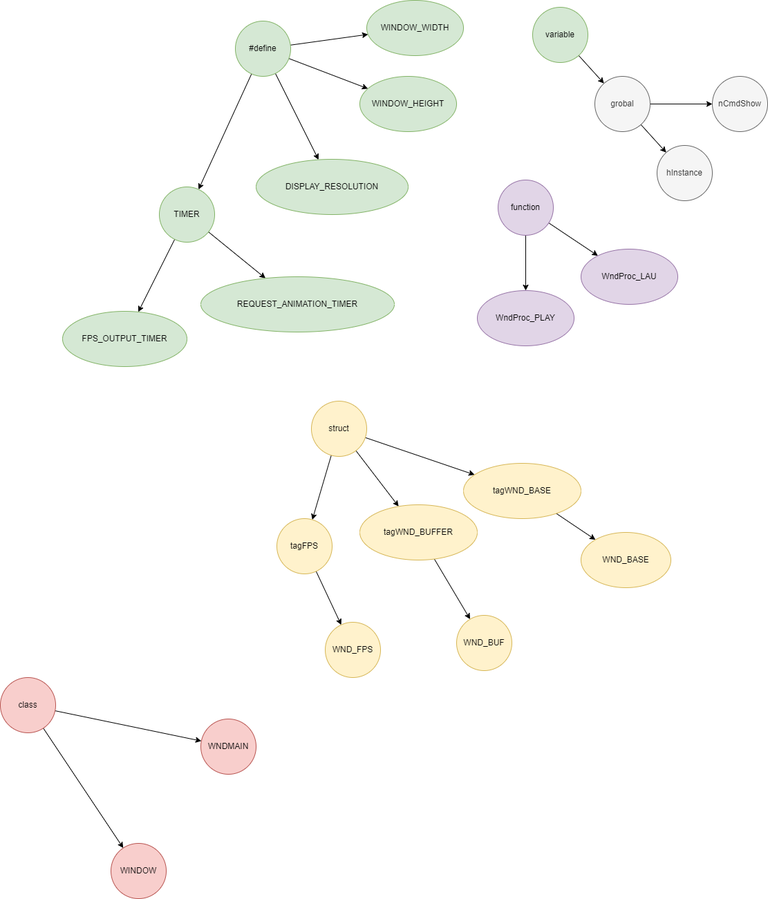
Before: drawio/files/window/h.drawio.png, a diagram exported from draw.io (Tanso-mct/GLPA). Source tidied: cells renumbered, new cells last; positions are measured from the earlier drawing's top-left corner, leaving out a move shared by most shapes.
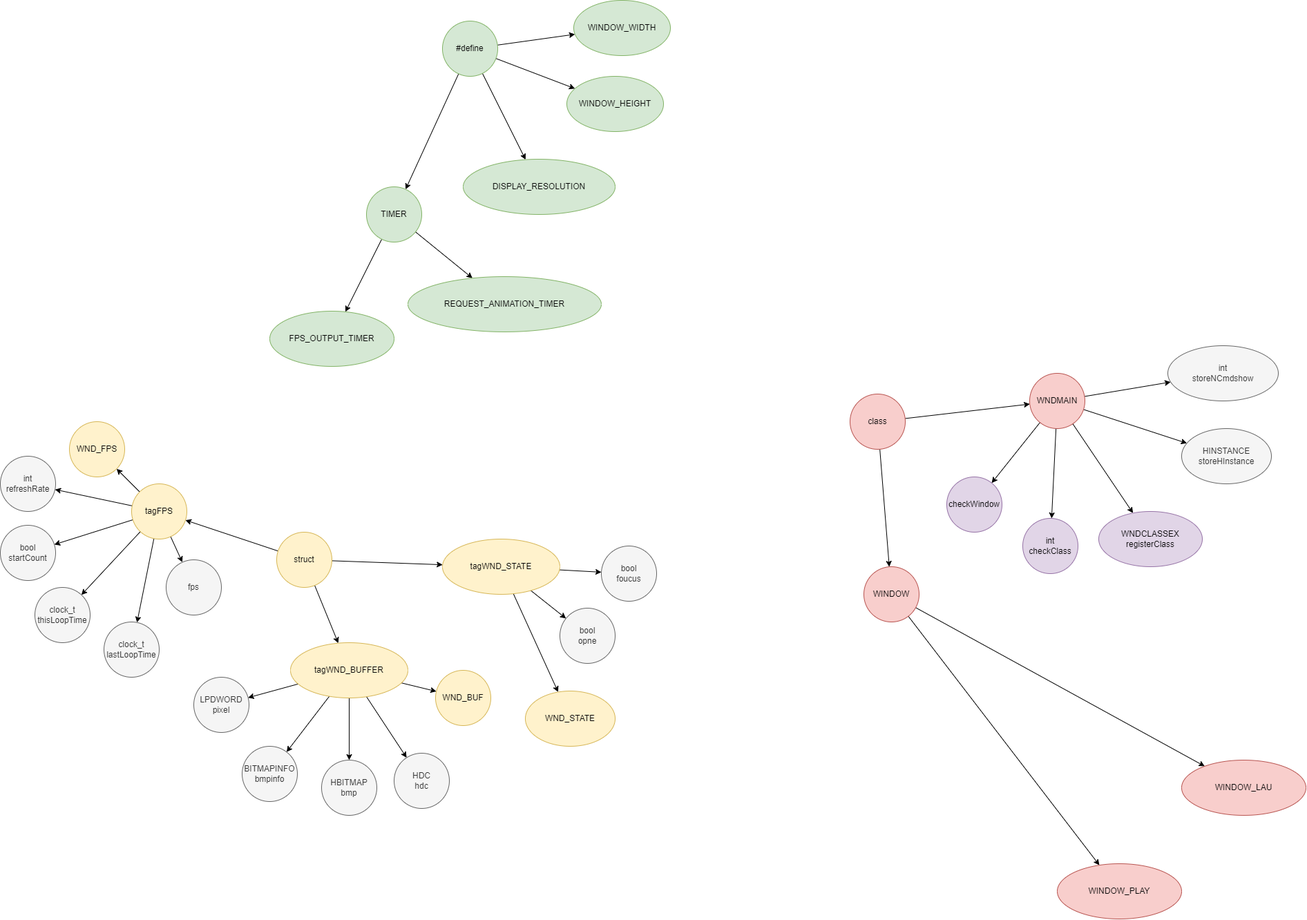
The same file after the commit.

Change to the diagram source:
```diff
@@ -51,44 +51,8 @@
       <mxGeometry relative="1" as="geometry" />
     </mxCell>
     <mxCell id="18" value="struct" style="ellipse;whiteSpace=wrap;html=1;fillColor=#fff2cc;strokeColor=#d6b656;" parent="1" vertex="1">
-      <mxGeometry x="450" y="580" width="80" height="80" as="geometry" />
+      <mxGeometry x="100" y="770" width="80" height="80" as="geometry" />
     </mxCell>
-    <mxCell id="19" style="edgeStyle=none;html=1;" parent="1" edge="1" source="20" target="23">
-      <mxGeometry relative="1" as="geometry" />
-    </mxCell>
-    <mxCell id="20" value="variable" style="ellipse;whiteSpace=wrap;html=1;fillColor=#d5e8d4;strokeColor=#82b366;" parent="1" vertex="1">
-      <mxGeometry x="770" y="10" width="80" height="80" as="geometry" />
-    </mxCell>
-    <mxCell id="21" style="edgeStyle=none;html=1;" parent="1" edge="1" source="23" target="24">
-      <mxGeometry relative="1" as="geometry" />
-    </mxCell>
-    <mxCell id="22" style="edgeStyle=none;html=1;" parent="1" edge="1" source="23" target="25">
-      <mxGeometry relative="1" as="geometry" />
-    </mxCell>
-    <mxCell id="23" value="grobal" style="ellipse;whiteSpace=wrap;html=1;fillColor=#f5f5f5;fontColor=#333333;strokeColor=#666666;" parent="1" vertex="1">
-      <mxGeometry x="860" y="110" width="80" height="80" as="geometry" />
-    </mxCell>
-    <mxCell id="24" value="nCmdShow" style="ellipse;whiteSpace=wrap;html=1;fillColor=#f5f5f5;fontColor=#333333;strokeColor=#666666;" parent="1" vertex="1">
-      <mxGeometry x="1030" y="110" width="80" height="80" as="geometry" />
-    </mxCell>
-    <mxCell id="25" value="hInstance" style="ellipse;whiteSpace=wrap;html=1;fillColor=#f5f5f5;fontColor=#333333;strokeColor=#666666;" parent="1" vertex="1">
-      <mxGeometry x="950" y="210" width="80" height="80" as="geometry" />
-    </mxCell>
-    <mxCell id="26" style="edgeStyle=none;html=1;fontFamily=Helvetica;fontSize=12;fontColor=#333333;" parent="1" edge="1" source="28" target="29">
-      <mxGeometry relative="1" as="geometry" />
-    </mxCell>
-    <mxCell id="27" style="edgeStyle=none;html=1;fontFamily=Helvetica;fontSize=12;fontColor=#333333;" parent="1" edge="1" source="28" target="30">
-      <mxGeometry relative="1" as="geometry" />
-    </mxCell>
-    <mxCell id="28" value="function" style="ellipse;whiteSpace=wrap;html=1;fillColor=#e1d5e7;strokeColor=#9673a6;" parent="1" vertex="1">
-      <mxGeometry x="720" y="260" width="80" height="80" as="geometry" />
-    </mxCell>
-    <mxCell id="29" value="WndProc_LAU" style="ellipse;whiteSpace=wrap;html=1;strokeColor=#9673a6;fontFamily=Helvetica;fontSize=12;fillColor=#e1d5e7;" parent="1" vertex="1">
-      <mxGeometry x="840" y="360" width="140" height="80" as="geometry" />
-    </mxCell>
-    <mxCell id="30" value="WndProc_PLAY" style="ellipse;whiteSpace=wrap;html=1;strokeColor=#9673a6;fontFamily=Helvetica;fontSize=12;fillColor=#e1d5e7;" parent="1" vertex="1">
-      <mxGeometry x="690" y="420" width="140" height="80" as="geometry" />
-    </mxCell>
     <mxCell id="31" style="edgeStyle=none;html=1;fontFamily=Helvetica;fontSize=12;fontColor=#333333;" parent="1" edge="1" source="33" target="34">
       <mxGeometry relative="1" as="geometry" />
     </mxCell>
@@ -96,40 +60,148 @@
       <mxGeometry relative="1" as="geometry" />
     </mxCell>
     <mxCell id="33" value="class" style="ellipse;whiteSpace=wrap;html=1;fillColor=#f8cecc;strokeColor=#b85450;" parent="1" vertex="1">
-      <mxGeometry y="980" width="80" height="80" as="geometry" />
+      <mxGeometry x="930" y="570" width="80" height="80" as="geometry" />
     </mxCell>
+    <mxCell id="45" style="edgeStyle=none;html=1;" parent="1" edge="1" source="34" target="63">
+      <mxGeometry relative="1" as="geometry" />
+    </mxCell>
+    <mxCell id="46" style="edgeStyle=none;html=1;" parent="1" edge="1" source="34" target="64">
+      <mxGeometry relative="1" as="geometry" />
+    </mxCell>
     <mxCell id="34" value="WINDOW" style="ellipse;whiteSpace=wrap;html=1;fillColor=#f8cecc;strokeColor=#b85450;" parent="1" vertex="1">
-      <mxGeometry x="160" y="1220" width="80" height="80" as="geometry" />
+      <mxGeometry x="950" y="820" width="80" height="80" as="geometry" />
     </mxCell>
     <mxCell id="35" style="edgeStyle=none;html=1;fontFamily=Helvetica;fontSize=12;fontColor=#333333;" parent="1" edge="1" source="36" target="41">
       <mxGeometry relative="1" as="geometry" />
     </mxCell>
+    <mxCell id="47" style="edgeStyle=none;html=1;fontFamily=Helvetica;fontSize=12;fontColor=#333333;" parent="1" edge="1" source="36" target="65">
+      <mxGeometry relative="1" as="geometry" />
+    </mxCell>
+    <mxCell id="48" style="edgeStyle=none;html=1;fontFamily=Helvetica;fontSize=12;fontColor=#333333;" parent="1" edge="1" source="36" target="66">
+      <mxGeometry relative="1" as="geometry" />
+    </mxCell>
-    <mxCell id="36" value="tagWND_BASE" style="ellipse;whiteSpace=wrap;html=1;strokeColor=#d6b656;fontFamily=Helvetica;fontSize=12;fillColor=#fff2cc;" parent="1" vertex="1">
-      <mxGeometry x="670" y="670" width="170" height="80" as="geometry" />
+    <mxCell id="36" value="tagWND_STATE" style="ellipse;whiteSpace=wrap;html=1;strokeColor=#d6b656;fontFamily=Helvetica;fontSize=12;fillColor=#fff2cc;" parent="1" vertex="1">
+      <mxGeometry x="340" y="780" width="170" height="80" as="geometry" />
     </mxCell>
     <mxCell id="37" style="edgeStyle=none;html=1;fontFamily=Helvetica;fontSize=12;fontColor=#333333;" parent="1" edge="1" source="38" target="42">
       <mxGeometry relative="1" as="geometry" />
     </mxCell>
+    <mxCell id="49" style="edgeStyle=none;html=1;fontFamily=Helvetica;fontSize=12;fontColor=#333333;" parent="1" edge="1" source="38" target="67">
+      <mxGeometry relative="1" as="geometry" />
+    </mxCell>
+    <mxCell id="50" style="edgeStyle=none;html=1;fontFamily=Helvetica;fontSize=12;fontColor=#333333;" parent="1" edge="1" source="38" target="68">
+      <mxGeometry relative="1" as="geometry" />
+    </mxCell>
+    <mxCell id="51" style="edgeStyle=none;html=1;fontFamily=Helvetica;fontSize=12;fontColor=#333333;" parent="1" edge="1" source="38" target="69">
+      <mxGeometry relative="1" as="geometry" />
+    </mxCell>
+    <mxCell id="52" style="edgeStyle=none;html=1;fontFamily=Helvetica;fontSize=12;fontColor=#333333;" parent="1" edge="1" source="38" target="70">
+      <mxGeometry relative="1" as="geometry" />
+    </mxCell>
     <mxCell id="38" value="tagWND_BUFFER" style="ellipse;whiteSpace=wrap;html=1;strokeColor=#d6b656;fontFamily=Helvetica;fontSize=12;fillColor=#fff2cc;" parent="1" vertex="1">
-      <mxGeometry x="520" y="730" width="170" height="80" as="geometry" />
+      <mxGeometry x="120" y="930" width="170" height="80" as="geometry" />
     </mxCell>
     <mxCell id="39" style="edgeStyle=none;html=1;fontFamily=Helvetica;fontSize=12;fontColor=#333333;" parent="1" edge="1" source="40" target="43">
       <mxGeometry relative="1" as="geometry" />
     </mxCell>
+    <mxCell id="53" style="edgeStyle=none;html=1;fontFamily=Helvetica;fontSize=12;fontColor=#333333;" parent="1" edge="1" source="40" target="71">
+      <mxGeometry relative="1" as="geometry" />
+    </mxCell>
+    <mxCell id="54" style="edgeStyle=none;html=1;fontFamily=Helvetica;fontSize=12;fontColor=#333333;" parent="1" edge="1" source="40" target="72">
+      <mxGeometry relative="1" as="geometry" />
+    </mxCell>
+    <mxCell id="55" style="edgeStyle=none;html=1;fontFamily=Helvetica;fontSize=12;fontColor=#333333;" parent="1" edge="1" source="40" target="73">
+      <mxGeometry relative="1" as="geometry" />
+    </mxCell>
+    <mxCell id="56" style="edgeStyle=none;html=1;fontFamily=Helvetica;fontSize=12;fontColor=#333333;" parent="1" edge="1" source="40" target="74">
+      <mxGeometry relative="1" as="geometry" />
+    </mxCell>
+    <mxCell id="57" style="edgeStyle=none;html=1;fontFamily=Helvetica;fontSize=12;fontColor=#333333;" parent="1" edge="1" source="40" target="75">
+      <mxGeometry relative="1" as="geometry" />
+    </mxCell>
     <mxCell id="40" value="tagFPS" style="ellipse;whiteSpace=wrap;html=1;strokeColor=#d6b656;fontFamily=Helvetica;fontSize=12;fillColor=#fff2cc;" parent="1" vertex="1">
-      <mxGeometry x="400" y="750" width="80" height="80" as="geometry" />
+      <mxGeometry x="-110" y="700" width="80" height="80" as="geometry" />
     </mxCell>
-    <mxCell id="41" value="WND_BASE" style="ellipse;whiteSpace=wrap;html=1;strokeColor=#d6b656;fontFamily=Helvetica;fontSize=12;fillColor=#fff2cc;" parent="1" vertex="1">
-      <mxGeometry x="840" y="770" width="130" height="80" as="geometry" />
+    <mxCell id="41" value="WND_STATE" style="ellipse;whiteSpace=wrap;html=1;strokeColor=#d6b656;fontFamily=Helvetica;fontSize=12;fillColor=#fff2cc;" parent="1" vertex="1">
+      <mxGeometry x="460" y="1000" width="130" height="80" as="geometry" />
     </mxCell>
     <mxCell id="42" value="WND_BUF" style="ellipse;whiteSpace=wrap;html=1;strokeColor=#d6b656;fontFamily=Helvetica;fontSize=12;fillColor=#fff2cc;" parent="1" vertex="1">
-      <mxGeometry x="660" y="890" width="80" height="80" as="geometry" />
+      <mxGeometry x="330" y="970" width="80" height="80" as="geometry" />
     </mxCell>
     <mxCell id="43" value="WND_FPS" style="ellipse;whiteSpace=wrap;html=1;strokeColor=#d6b656;fontFamily=Helvetica;fontSize=12;fillColor=#fff2cc;" parent="1" vertex="1">
-      <mxGeometry x="470" y="900" width="80" height="80" as="geometry" />
+      <mxGeometry x="-200" y="610" width="80" height="80" as="geometry" />
     </mxCell>
+    <mxCell id="58" style="edgeStyle=none;html=1;fontFamily=Helvetica;fontSize=12;fontColor=#333333;" parent="1" edge="1" source="44" target="76">
+      <mxGeometry relative="1" as="geometry" />
+    </mxCell>
+    <mxCell id="59" style="edgeStyle=none;html=1;fontFamily=Helvetica;fontSize=12;fontColor=#333333;" parent="1" edge="1" source="44" target="77">
+      <mxGeometry relative="1" as="geometry" />
+    </mxCell>
+    <mxCell id="60" style="edgeStyle=none;html=1;fontFamily=Helvetica;fontSize=12;fontColor=#333333;" parent="1" edge="1" source="44" target="78">
+      <mxGeometry relative="1" as="geometry" />
+    </mxCell>
+    <mxCell id="61" style="edgeStyle=none;html=1;fontFamily=Helvetica;fontSize=12;fontColor=#333333;" parent="1" edge="1" source="44" target="79">
+      <mxGeometry relative="1" as="geometry" />
+    </mxCell>
+    <mxCell id="62" style="edgeStyle=none;html=1;fontFamily=Helvetica;fontSize=12;fontColor=#333333;" parent="1" edge="1" source="44" target="80">
+      <mxGeometry relative="1" as="geometry" />
+    </mxCell>
     <mxCell id="44" value="WNDMAIN" style="ellipse;whiteSpace=wrap;html=1;strokeColor=#b85450;fontFamily=Helvetica;fontSize=12;fillColor=#f8cecc;" parent="1" vertex="1">
-      <mxGeometry x="290" y="1040" width="80" height="80" as="geometry" />
+      <mxGeometry x="1190" y="540" width="80" height="80" as="geometry" />
     </mxCell>
+    <mxCell id="63" value="WINDOW_LAU" style="ellipse;whiteSpace=wrap;html=1;fillColor=#f8cecc;strokeColor=#b85450;" parent="1" vertex="1">
+      <mxGeometry x="1410" y="1100" width="180" height="80" as="geometry" />
+    </mxCell>
+    <mxCell id="64" value="WINDOW_PLAY" style="ellipse;whiteSpace=wrap;html=1;fillColor=#f8cecc;strokeColor=#b85450;" parent="1" vertex="1">
+      <mxGeometry x="1230" y="1250" width="180" height="80" as="geometry" />
+    </mxCell>
+    <mxCell id="65" value="bool&lt;br&gt;foucus" style="ellipse;whiteSpace=wrap;html=1;fillColor=#f5f5f5;fontColor=#333333;strokeColor=#666666;" parent="1" vertex="1">
+      <mxGeometry x="570" y="790" width="80" height="80" as="geometry" />
+    </mxCell>
+    <mxCell id="66" value="bool&lt;br&gt;opne" style="ellipse;whiteSpace=wrap;html=1;strokeColor=#666666;fontFamily=Helvetica;fontSize=12;fontColor=#333333;fillColor=#f5f5f5;" parent="1" vertex="1">
+      <mxGeometry x="510" y="880" width="80" height="80" as="geometry" />
+    </mxCell>
+    <mxCell id="67" value="HDC&lt;br&gt;hdc" style="ellipse;whiteSpace=wrap;html=1;strokeColor=#666666;fontFamily=Helvetica;fontSize=12;fontColor=#333333;fillColor=#f5f5f5;" parent="1" vertex="1">
+      <mxGeometry x="270" y="1090" width="80" height="80" as="geometry" />
+    </mxCell>
+    <mxCell id="68" value="HBITMAP bmp" style="ellipse;whiteSpace=wrap;html=1;strokeColor=#666666;fontFamily=Helvetica;fontSize=12;fontColor=#333333;fillColor=#f5f5f5;" parent="1" vertex="1">
+      <mxGeometry x="165" y="1100" width="80" height="80" as="geometry" />
+    </mxCell>
+    <mxCell id="69" value="BITMAPINFO&lt;br&gt;bmpinfo" style="ellipse;whiteSpace=wrap;html=1;strokeColor=#666666;fontFamily=Helvetica;fontSize=12;fontColor=#333333;fillColor=#f5f5f5;" parent="1" vertex="1">
+      <mxGeometry x="50" y="1080" width="80" height="80" as="geometry" />
+    </mxCell>
+    <mxCell id="70" value="LPDWORD&lt;br&gt;pixel" style="ellipse;whiteSpace=wrap;html=1;strokeColor=#666666;fontFamily=Helvetica;fontSize=12;fontColor=#333333;fillColor=#f5f5f5;" parent="1" vertex="1">
+      <mxGeometry x="-20" y="980" width="80" height="80" as="geometry" />
+    </mxCell>
+    <mxCell id="71" value="int&lt;br&gt;refreshRate" style="ellipse;whiteSpace=wrap;html=1;strokeColor=#666666;fontFamily=Helvetica;fontSize=12;fontColor=#333333;fillColor=#f5f5f5;" parent="1" vertex="1">
+      <mxGeometry x="-300" y="660" width="80" height="80" as="geometry" />
+    </mxCell>
+    <mxCell id="72" value="bool&lt;br&gt;startCount" style="ellipse;whiteSpace=wrap;html=1;strokeColor=#666666;fontFamily=Helvetica;fontSize=12;fontColor=#333333;fillColor=#f5f5f5;" parent="1" vertex="1">
+      <mxGeometry x="-300" y="760" width="80" height="80" as="geometry" />
+    </mxCell>
+    <mxCell id="73" value="clock_t&lt;br&gt;thisLoopTime" style="ellipse;whiteSpace=wrap;html=1;strokeColor=#666666;fontFamily=Helvetica;fontSize=12;fontColor=#333333;fillColor=#f5f5f5;" parent="1" vertex="1">
+      <mxGeometry x="-250" y="850" width="80" height="80" as="geometry" />
+    </mxCell>
+    <mxCell id="74" value="clock_t&lt;br&gt;lastLoopTime" style="ellipse;whiteSpace=wrap;html=1;strokeColor=#666666;fontFamily=Helvetica;fontSize=12;fontColor=#333333;fillColor=#f5f5f5;" parent="1" vertex="1">
+      <mxGeometry x="-150" y="900" width="80" height="80" as="geometry" />
+    </mxCell>
+    <mxCell id="75" value="fps" style="ellipse;whiteSpace=wrap;html=1;strokeColor=#666666;fontFamily=Helvetica;fontSize=12;fontColor=#333333;fillColor=#f5f5f5;" parent="1" vertex="1">
+      <mxGeometry x="-60" y="810" width="80" height="80" as="geometry" />
+    </mxCell>
+    <mxCell id="76" value="int&lt;br&gt;storeNCmdshow" style="ellipse;whiteSpace=wrap;html=1;strokeColor=#666666;fontFamily=Helvetica;fontSize=12;fontColor=#333333;fillColor=#f5f5f5;" parent="1" vertex="1">
+      <mxGeometry x="1390" y="500" width="160" height="80" as="geometry" />
+    </mxCell>
+    <mxCell id="77" value="HINSTANCE&lt;br&gt;storeHInstance" style="ellipse;whiteSpace=wrap;html=1;strokeColor=#666666;fontFamily=Helvetica;fontSize=12;fontColor=#333333;fillColor=#f5f5f5;" parent="1" vertex="1">
+      <mxGeometry x="1410" y="620" width="130" height="80" as="geometry" />
+    </mxCell>
+    <mxCell id="78" value="WNDCLASSEX&lt;br&gt;registerClass" style="ellipse;whiteSpace=wrap;html=1;strokeColor=#9673a6;fontFamily=Helvetica;fontSize=12;fillColor=#e1d5e7;" parent="1" vertex="1">
+      <mxGeometry x="1290" y="740" width="150" height="80" as="geometry" />
+    </mxCell>
+    <mxCell id="79" value="int&lt;br&gt;checkClass" style="ellipse;whiteSpace=wrap;html=1;strokeColor=#9673a6;fontFamily=Helvetica;fontSize=12;fillColor=#e1d5e7;" parent="1" vertex="1">
+      <mxGeometry x="1180" y="750" width="80" height="80" as="geometry" />
+    </mxCell>
+    <mxCell id="80" value="checkWindow" style="ellipse;whiteSpace=wrap;html=1;strokeColor=#9673a6;fontFamily=Helvetica;fontSize=12;fillColor=#e1d5e7;" parent="1" vertex="1">
+      <mxGeometry x="1070" y="690" width="80" height="80" as="geometry" />
+    </mxCell>
   </root>
 </mxGraphModel>
```
